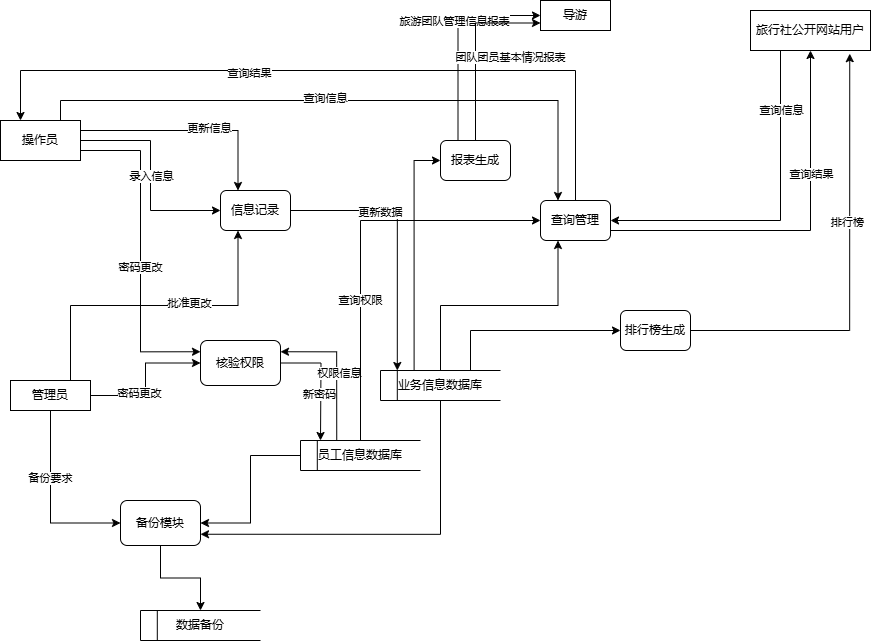
This is 可行性-数据流图.drawio.png from wefcdse/softeng, a draw.io export, as it was before one commit. Source tidied: cells renumbered, new cells last; positions are measured from the earlier drawing's top-left corner, leaving out a move shared by most shapes.
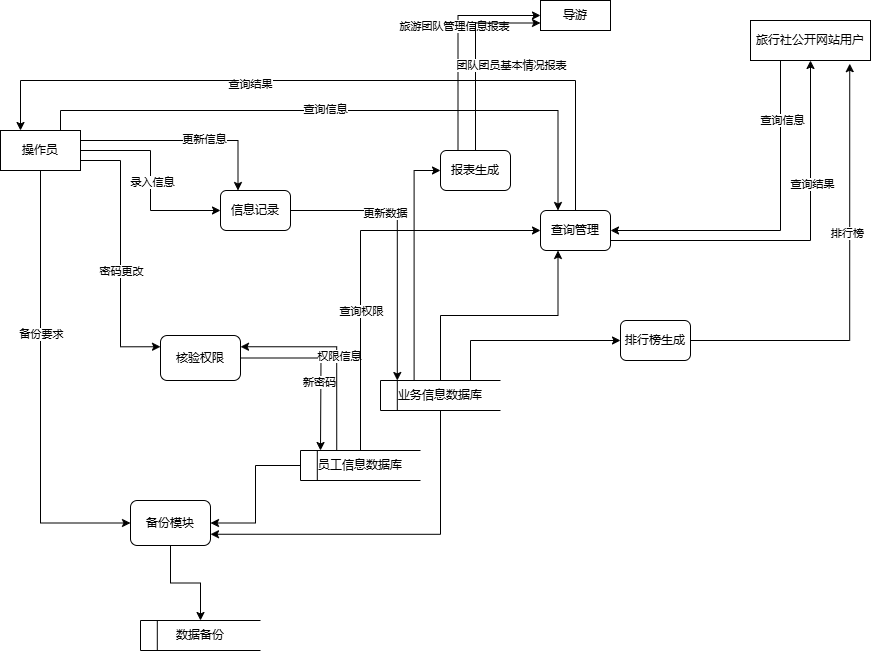
After the commit.

Commit message:
更新可行性-数据流图.drawio.png

Change to the diagram source:
```diff
@@ -25,7 +25,7 @@
       </mxGeometry>
     </mxCell>
     <mxCell id="8" value="核验权限" style="rounded=1;whiteSpace=wrap;html=1;" parent="1" vertex="1">
-      <mxGeometry x="200" y="340" width="80" height="45" as="geometry" />
+      <mxGeometry x="160" y="325" width="80" height="45" as="geometry" />
     </mxCell>
     <mxCell id="9" style="edgeStyle=orthogonalEdgeStyle;rounded=0;jettySize=auto;html=1;entryX=0;entryY=0.25;entryDx=0;entryDy=0;exitX=1;exitY=0.75;exitDx=0;exitDy=0;" parent="1" edge="1" source="17" target="8">
       <mxGeometry relative="1" as="geometry" />
@@ -56,21 +56,12 @@
     <mxCell id="17" value="操作员" style="rounded=0;whiteSpace=wrap;html=1;" parent="1" vertex="1">
       <mxGeometry y="120" width="80" height="40" as="geometry" />
     </mxCell>
-    <mxCell id="18" style="edgeStyle=orthogonalEdgeStyle;rounded=0;jettySize=auto;html=1;exitX=1;exitY=0.5;exitDx=0;exitDy=0;" parent="1" edge="1" source="22" target="8">
-      <mxGeometry relative="1" as="geometry" />
-    </mxCell>
-    <mxCell id="19" value="密码更改" style="edgeLabel;html=1;align=center;verticalAlign=middle;" parent="18" vertex="1">
-      <mxGeometry x="-0.33" y="2" relative="1" as="geometry" />
-    </mxCell>
-    <mxCell id="20" style="edgeStyle=orthogonalEdgeStyle;rounded=0;jettySize=auto;html=1;entryX=0;entryY=0.5;entryDx=0;entryDy=0;exitX=0.5;exitY=1;exitDx=0;exitDy=0;" parent="1" edge="1" source="22" target="45">
+    <mxCell id="20" style="edgeStyle=orthogonalEdgeStyle;rounded=0;jettySize=auto;html=1;entryX=0;entryY=0.5;entryDx=0;entryDy=0;exitX=0.5;exitY=1;exitDx=0;exitDy=0;" parent="1" edge="1" source="17" target="45">
       <mxGeometry relative="1" as="geometry" />
     </mxCell>
     <mxCell id="21" value="备份要求" style="edgeLabel;html=1;align=center;verticalAlign=middle;" parent="20" vertex="1">
       <mxGeometry x="-0.26" relative="1" as="geometry" />
     </mxCell>
-    <mxCell id="22" value="管理员" style="rounded=0;whiteSpace=wrap;html=1;" parent="1" vertex="1">
-      <mxGeometry x="10" y="380" width="80" height="30" as="geometry" />
-    </mxCell>
     <mxCell id="23" style="edgeStyle=orthogonalEdgeStyle;rounded=0;jettySize=auto;html=1;exitX=0.302;exitY=-0.004;exitDx=0;exitDy=0;exitPerimeter=0;entryX=1;entryY=0.25;entryDx=0;entryDy=0;" parent="1" edge="1" source="4" target="8">
       <mxGeometry relative="1" as="geometry" />
     </mxCell>
@@ -78,16 +69,8 @@
       <mxGeometry x="-0.06" y="-2" relative="1" as="geometry" />
     </mxCell>
     <mxCell id="25" value="信息记录" style="rounded=1;whiteSpace=wrap;html=1;" parent="1" vertex="1">
-      <mxGeometry x="220" y="190" width="70" height="40" as="geometry" />
+      <mxGeometry x="220" y="180" width="70" height="40" as="geometry" />
     </mxCell>
-    <mxCell id="26" style="edgeStyle=orthogonalEdgeStyle;rounded=0;jettySize=auto;html=1;exitX=0.75;exitY=0;exitDx=0;exitDy=0;entryX=0.25;entryY=1;entryDx=0;entryDy=0;" parent="1" edge="1" source="22" target="25">
-      <mxGeometry relative="1" as="geometry" />
-    </mxCell>
-    <mxCell id="27" value="批准更改" style="edgeLabel;html=1;align=center;verticalAlign=middle;" parent="26" vertex="1">
-      <mxGeometry x="0.18" y="-3" relative="1" as="geometry">
-        <mxPoint x="7" y="-5" as="offset" />
-      </mxGeometry>
-    </mxCell>
     <mxCell id="28" style="group;" parent="1" vertex="1">
       <mxGeometry x="380" y="370" width="120" height="30" as="geometry" />
     </mxCell>
@@ -107,7 +90,7 @@
       <mxGeometry x="-0.32" y="-2" relative="1" as="geometry" />
     </mxCell>
     <mxCell id="34" value="导游" style="rounded=0;whiteSpace=wrap;html=1;" parent="1" vertex="1">
-      <mxGeometry x="540" width="70" height="30" as="geometry" />
+      <mxGeometry x="540" y="-10" width="70" height="30" as="geometry" />
     </mxCell>
     <mxCell id="35" style="edgeStyle=orthogonalEdgeStyle;rounded=0;jettySize=auto;html=1;exitX=0.25;exitY=1;exitDx=0;exitDy=0;entryX=1;entryY=0.5;entryDx=0;entryDy=0;" parent="1" edge="1" source="37" target="42">
       <mxGeometry relative="1" as="geometry" />
@@ -147,7 +130,7 @@
       <mxGeometry x="-0.3" relative="1" as="geometry" />
     </mxCell>
     <mxCell id="45" value="备份模块" style="rounded=1;whiteSpace=wrap;html=1;" parent="1" vertex="1">
-      <mxGeometry x="120" y="500" width="80" height="45" as="geometry" />
+      <mxGeometry x="130" y="490" width="80" height="45" as="geometry" />
     </mxCell>
     <mxCell id="46" style="edgeStyle=orthogonalEdgeStyle;rounded=0;jettySize=auto;html=1;entryX=1;entryY=0.5;entryDx=0;entryDy=0;" parent="1" edge="1" source="4" target="45">
       <mxGeometry relative="1" as="geometry" />
```
